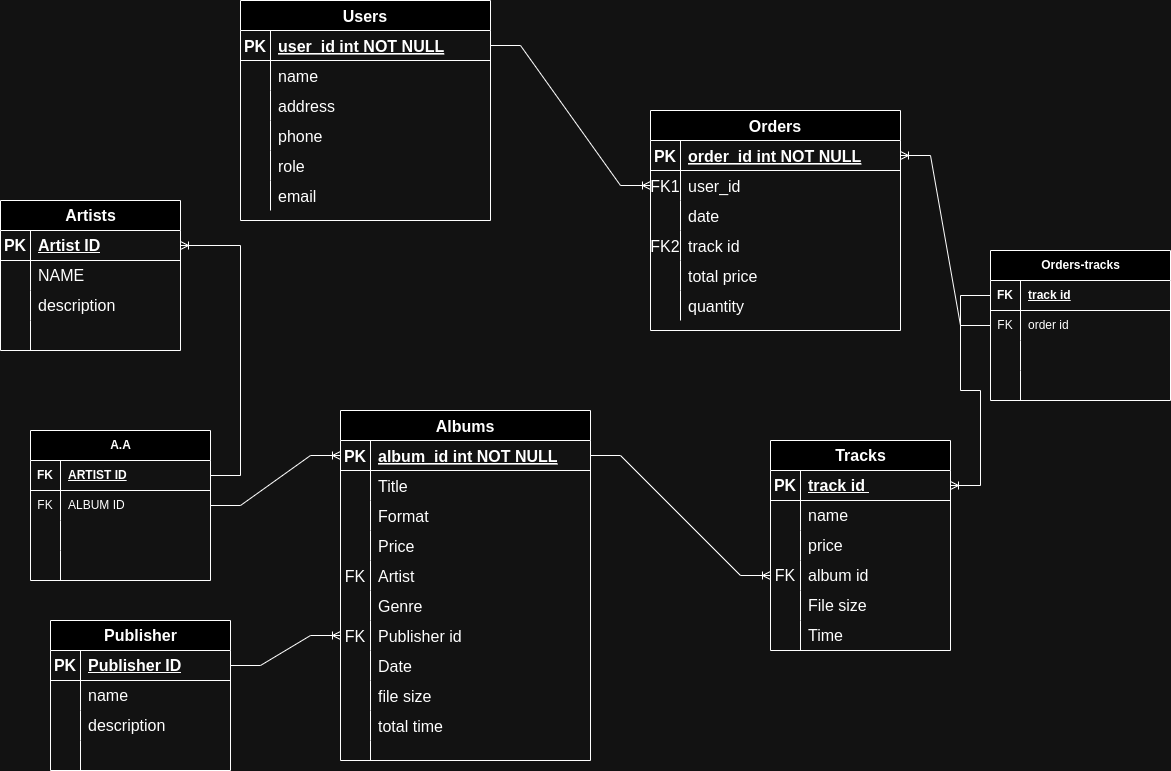
Earlier version of the draw.io export music store.drawio.png (rezayadegari92/HW15_maktab119). Source tidied: cells renumbered, new cells last; positions are measured from the earlier drawing's top-left corner, leaving out a move shared by most shapes.
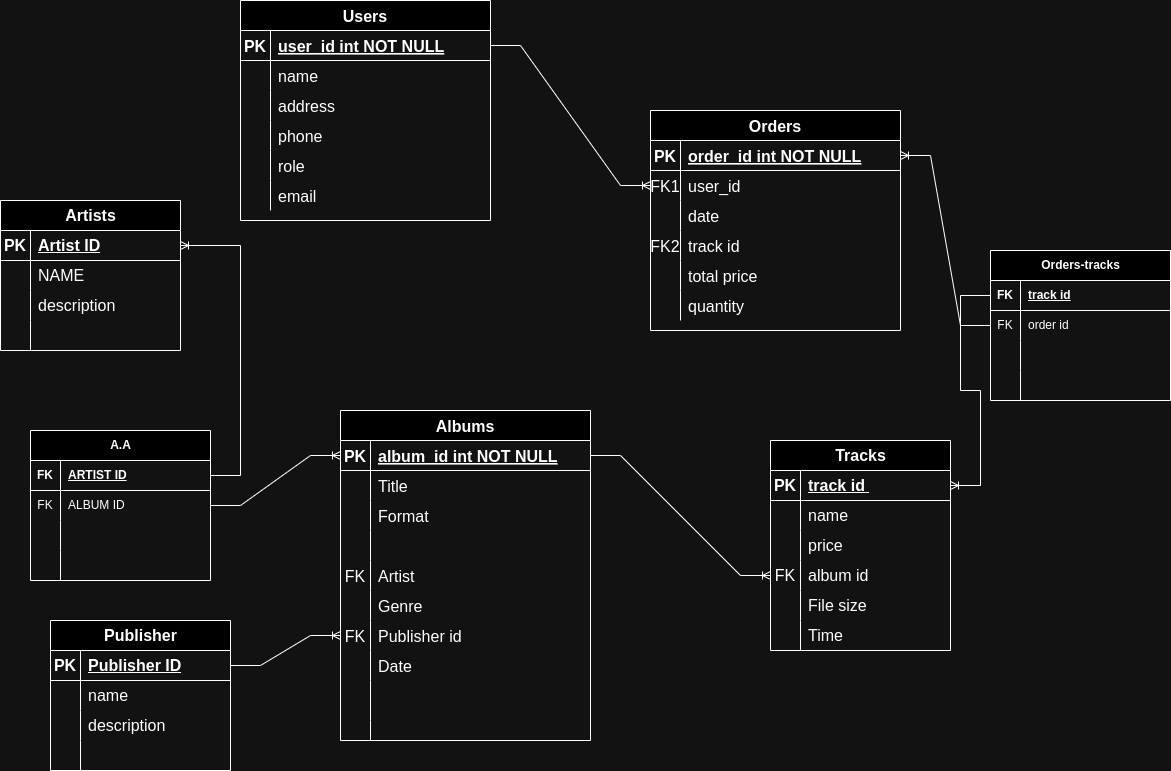
After the commit.

Diff of the diagram source:
```diff
@@ -252,7 +252,7 @@
       <mxGeometry x="30" width="150" height="30" as="geometry" />
     </mxCell>
     <mxCell id="85" value="Albums" style="shape=table;startSize=30;rowLines=0;fontStyle=1;align=center;fontSize=16;" parent="1" vertex="1">
-      <mxGeometry x="340" y="410" width="250" height="350" as="geometry" />
+      <mxGeometry x="340" y="410" width="250" height="330" as="geometry" />
     </mxCell>
     <mxCell id="86" style="shape=partialRectangle;fillColor=none;points=[[0,0.5],[1,0.5]];portConstraint=eastwest;top=0;left=0;right=0;bottom=1;fontSize=16;" parent="85" vertex="1">
       <mxGeometry y="30" width="250" height="30" as="geometry" />
@@ -287,7 +287,7 @@
     <mxCell id="96" style="shape=partialRectangle;overflow=hidden;fillColor=none;top=0;left=0;bottom=0;right=0;fontSize=16;" parent="95" vertex="1">
       <mxGeometry width="30" height="30" as="geometry" />
     </mxCell>
-    <mxCell id="97" value="Price" style="shape=partialRectangle;overflow=hidden;fillColor=none;top=0;left=0;bottom=0;right=0;align=left;spacingLeft=6;fontSize=16;" parent="95" vertex="1">
+    <mxCell id="97" style="shape=partialRectangle;overflow=hidden;fillColor=none;top=0;left=0;bottom=0;right=0;align=left;spacingLeft=6;fontSize=16;" parent="95" vertex="1">
       <mxGeometry x="30" width="220" height="30" as="geometry" />
     </mxCell>
     <mxCell id="98" style="shape=partialRectangle;fillColor=none;top=0;left=0;right=0;bottom=0;fontSize=16;" parent="85" vertex="1">
@@ -326,26 +326,17 @@
     <mxCell id="109" value="Date" style="shape=partialRectangle;overflow=hidden;fillColor=none;top=0;left=0;bottom=0;right=0;align=left;spacingLeft=6;fontSize=16;" parent="107" vertex="1">
       <mxGeometry x="30" width="220" height="30" as="geometry" />
     </mxCell>
-    <mxCell id="110" style="shape=partialRectangle;fillColor=none;top=0;left=0;right=0;bottom=0;fontSize=16;" parent="85" vertex="1">
-      <mxGeometry y="270" width="250" height="30" as="geometry" />
-    </mxCell>
-    <mxCell id="111" style="shape=partialRectangle;overflow=hidden;fillColor=none;top=0;left=0;bottom=0;right=0;fontSize=16;" parent="110" vertex="1">
-      <mxGeometry width="30" height="30" as="geometry" />
-    </mxCell>
-    <mxCell id="112" value="file size" style="shape=partialRectangle;overflow=hidden;fillColor=none;top=0;left=0;bottom=0;right=0;align=left;spacingLeft=6;fontSize=16;" parent="110" vertex="1">
-      <mxGeometry x="30" width="220" height="30" as="geometry" />
-    </mxCell>
     <mxCell id="113" style="shape=partialRectangle;fillColor=none;top=0;left=0;right=0;bottom=0;fontSize=16;" parent="85" vertex="1">
-      <mxGeometry y="300" width="250" height="30" as="geometry" />
+      <mxGeometry y="270" width="250" height="40" as="geometry" />
     </mxCell>
     <mxCell id="114" style="shape=partialRectangle;overflow=hidden;fillColor=none;top=0;left=0;bottom=0;right=0;fontSize=16;" parent="113" vertex="1">
-      <mxGeometry width="30" height="30" as="geometry" />
+      <mxGeometry width="30" height="40" as="geometry" />
     </mxCell>
-    <mxCell id="115" value="total time" style="shape=partialRectangle;overflow=hidden;fillColor=none;top=0;left=0;bottom=0;right=0;align=left;spacingLeft=6;fontSize=16;" parent="113" vertex="1">
-      <mxGeometry x="30" width="220" height="30" as="geometry" />
+    <mxCell id="115" style="shape=partialRectangle;overflow=hidden;fillColor=none;top=0;left=0;bottom=0;right=0;align=left;spacingLeft=6;fontSize=16;" parent="113" vertex="1">
+      <mxGeometry x="30" width="220" height="40" as="geometry" />
     </mxCell>
     <mxCell id="116" style="shape=partialRectangle;fillColor=none;top=0;left=0;right=0;bottom=0;fontSize=16;" parent="85" vertex="1">
-      <mxGeometry y="330" width="250" height="20" as="geometry" />
+      <mxGeometry y="310" width="250" height="20" as="geometry" />
     </mxCell>
     <mxCell id="117" style="shape=partialRectangle;overflow=hidden;fillColor=none;top=0;left=0;bottom=0;right=0;fontSize=16;" parent="116" vertex="1">
       <mxGeometry width="30" height="20" as="geometry" />
```
